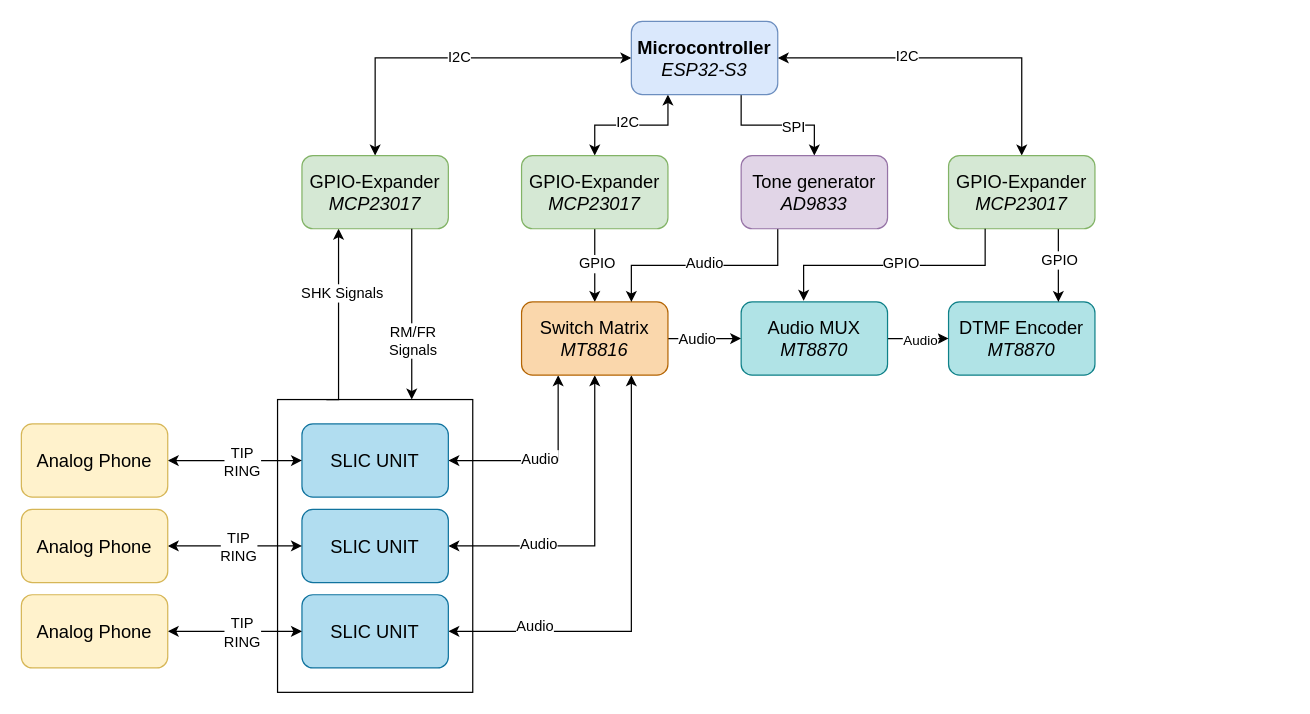
This is docs/Block Diagram Hardware.drawio from ondfrukt/Phone-exchange, a draw.io file, before an edit. Source tidied: cells renumbered, new cells numbered last; positions are measured from the earlier drawing's top-left corner, leaving out a move shared by most shapes. Both pictures are drawn from the tidied source at 122%, with x=0, y=0 at pixel (21, 21).
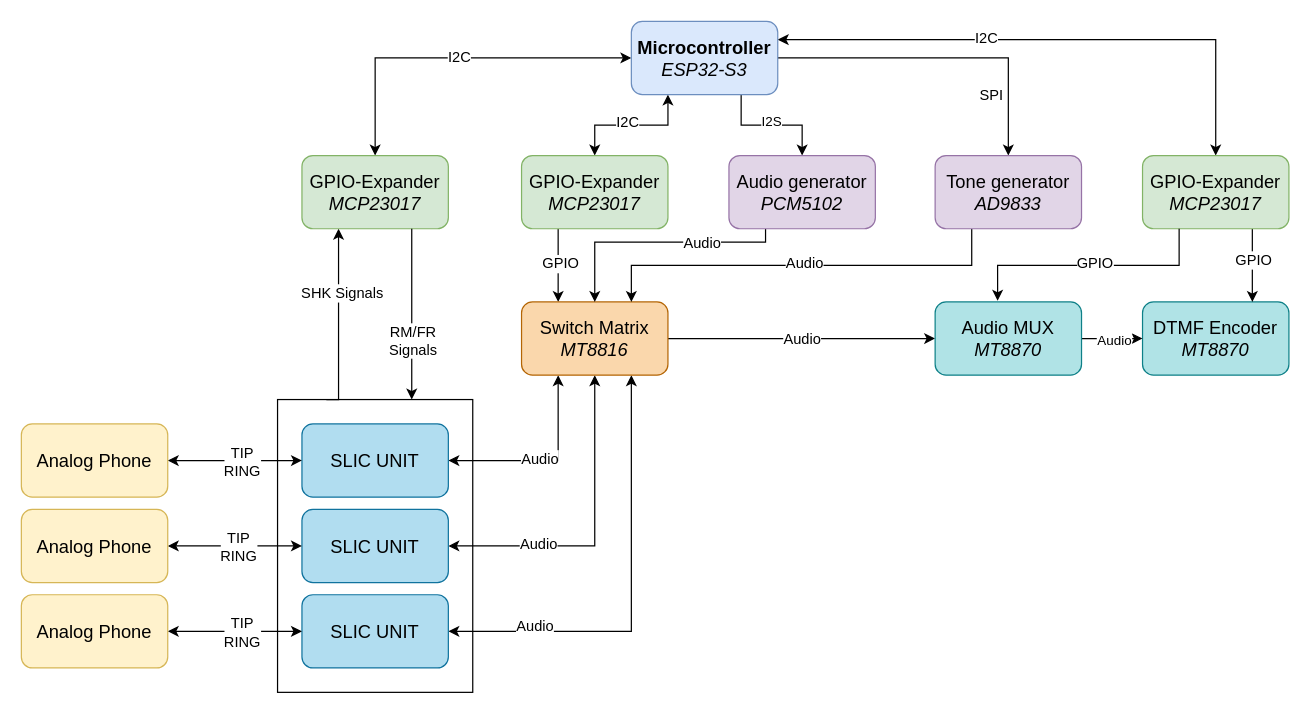
The same diagram, later.

Commit message (it also covers changes not shown here):
modified:   README.md 	modified:   docs/Block Diagram Hardware.drawio 	new file:   docs/Block Diagram Hardware.svg 	new file:   docs/PCM5102.jpg 	new file:   docs/TMUX4051.jpg

Unchanged cells that the change refers to:
```xml
<mxCell id="11" value="&lt;b&gt;Microcontroller&lt;/b&gt;&lt;br&gt;&lt;i&gt;ESP32-S3&lt;/i&gt;" style="rounded=1;whiteSpace=wrap;html=1;fillColor=#dae8fc;strokeColor=#6c8ebf;fontSize=15;" parent="1" vertex="1">
  <mxGeometry x="500" width="120" height="60" as="geometry" />
</mxCell>
<mxCell id="17" value="GPIO-Expander&lt;br&gt;&lt;i&gt;MCP23017&lt;/i&gt;" style="rounded=1;whiteSpace=wrap;html=1;fillColor=#d5e8d4;strokeColor=#82b366;fontSize=15;" parent="1" vertex="1">
  <mxGeometry x="410" y="110" width="120" height="60" as="geometry" />
</mxCell>
<mxCell id="31" value="&lt;div&gt;Switch Matrix&lt;/div&gt;&lt;div&gt;&lt;i&gt;MT8816&lt;/i&gt;&lt;/div&gt;" style="rounded=1;whiteSpace=wrap;html=1;fillColor=#fad7ac;strokeColor=#b46504;align=center;fontSize=15;" parent="1" vertex="1">
  <mxGeometry x="410" y="230" width="120" height="60" as="geometry" />
</mxCell>
<mxCell id="32" style="edgeStyle=orthogonalEdgeStyle;rounded=0;jettySize=auto;html=1;exitX=0.25;exitY=1;exitDx=0;exitDy=0;entryX=0.75;entryY=0;entryDx=0;entryDy=0;" parent="1" edge="1" source="50" target="31">
  <mxGeometry relative="1" as="geometry" />
</mxCell>
```

The edit, as a diff of the source:
```diff
@@
-    <mxCell id="7" style="edgeStyle=orthogonalEdgeStyle;rounded=0;jettySize=auto;html=1;exitX=1;exitY=0.5;exitDx=0;exitDy=0;entryX=0.5;entryY=0;entryDx=0;entryDy=0;startArrow=classic;startFill=1;" parent="1" edge="1" source="11" target="36">
+    <mxCell id="7" style="edgeStyle=orthogonalEdgeStyle;rounded=0;jettySize=auto;html=1;exitX=1;exitY=0.25;exitDx=0;exitDy=0;entryX=0.5;entryY=0;entryDx=0;entryDy=0;startArrow=classic;startFill=1;" parent="1" edge="1" source="11" target="36">
       <mxGeometry relative="1" as="geometry" />
     </mxCell>
@@
-    <mxCell id="9" style="edgeStyle=orthogonalEdgeStyle;rounded=0;jettySize=auto;html=1;exitX=0.75;exitY=1;exitDx=0;exitDy=0;entryX=0.5;entryY=0;entryDx=0;entryDy=0;" parent="1" edge="1" source="11" target="50">
+    <mxCell id="9" style="edgeStyle=orthogonalEdgeStyle;rounded=0;jettySize=auto;html=1;exitX=1;exitY=0.5;exitDx=0;exitDy=0;entryX=0.5;entryY=0;entryDx=0;entryDy=0;" parent="1" edge="1" source="11" target="50">
       <mxGeometry relative="1" as="geometry" />
     </mxCell>
     <mxCell id="10" value="SPI" style="edgeLabel;html=1;align=center;verticalAlign=middle;fontSize=12;" parent="9" vertex="1">
-      <mxGeometry x="0.22" y="-1" relative="1" as="geometry" />
+      <mxGeometry x="0.22" y="-1" relative="1" as="geometry">
+        <mxPoint x="10" y="29" as="offset" />
+      </mxGeometry>
     </mxCell>
+    <mxCell id="53" style="edgeStyle=orthogonalEdgeStyle;html=1;exitX=0.75;exitY=1;exitDx=0;exitDy=0;entryX=0.5;entryY=0;entryDx=0;entryDy=0;rounded=0;curved=0;" parent="1" edge="1" source="11" target="56">
+      <mxGeometry relative="1" as="geometry" />
+    </mxCell>
+    <mxCell id="54" value="I2S" style="edgeLabel;html=1;align=center;verticalAlign=middle;" parent="53" vertex="1">
+      <mxGeometry x="-0.02" y="-1" relative="1" as="geometry">
+        <mxPoint y="-5" as="offset" />
+      </mxGeometry>
+    </mxCell>
@@
-    <mxCell id="15" style="edgeStyle=orthogonalEdgeStyle;rounded=0;jettySize=auto;html=1;exitX=0.5;exitY=1;exitDx=0;exitDy=0;entryX=0.5;entryY=0;entryDx=0;entryDy=0;" parent="1" edge="1" source="17" target="31">
+    <mxCell id="15" style="edgeStyle=orthogonalEdgeStyle;rounded=0;jettySize=auto;html=1;exitX=0.25;exitY=1;exitDx=0;exitDy=0;entryX=0.25;entryY=0;entryDx=0;entryDy=0;" parent="1" edge="1" source="17" target="31">
       <mxGeometry relative="1" as="geometry" />
     </mxCell>
@@
     <mxCell id="18" value="DTMF Encoder&lt;br&gt;&lt;i&gt;MT8870&lt;/i&gt;" style="rounded=1;whiteSpace=wrap;html=1;fillColor=#b0e3e6;strokeColor=#0e8088;fontSize=15;" parent="1" vertex="1">
-      <mxGeometry x="760" y="230" width="120" height="60" as="geometry" />
+      <mxGeometry x="919" y="230" width="120" height="60" as="geometry" />
     </mxCell>
@@
     <mxCell id="33" value="Audio" style="edgeLabel;html=1;align=center;verticalAlign=middle;fontSize=12;" parent="32" vertex="1">
       <mxGeometry x="-0.19" y="-2" relative="1" as="geometry">
-        <mxPoint x="-18" as="offset" />
+        <mxPoint x="-31" as="offset" />
       </mxGeometry>
     </mxCell>
@@
     <mxCell id="36" value="&lt;font&gt;GPIO-Expander&lt;br&gt;&lt;i&gt;MCP23017&lt;/i&gt;&lt;/font&gt;" style="rounded=1;whiteSpace=wrap;html=1;fillColor=#d5e8d4;strokeColor=#82b366;fontSize=15;" parent="1" vertex="1">
-      <mxGeometry x="760" y="110" width="120" height="60" as="geometry" />
+      <mxGeometry x="919" y="110" width="120" height="60" as="geometry" />
     </mxCell>
@@
     <mxCell id="49" value="Audio MUX&lt;br&gt;&lt;i&gt;MT8870&lt;/i&gt;" style="rounded=1;whiteSpace=wrap;html=1;fillColor=#b0e3e6;strokeColor=#0e8088;fontSize=15;" parent="1" vertex="1">
-      <mxGeometry x="590" y="230" width="120" height="60" as="geometry" />
+      <mxGeometry x="749" y="230" width="120" height="60" as="geometry" />
     </mxCell>
     <mxCell id="50" value="Tone generator&lt;div&gt;&lt;i&gt;AD9833&lt;/i&gt;&lt;/div&gt;" style="rounded=1;whiteSpace=wrap;html=1;fillColor=#e1d5e7;strokeColor=#9673a6;fontSize=15;" parent="1" vertex="1">
-      <mxGeometry x="590" y="110" width="120" height="60" as="geometry" />
+      <mxGeometry x="749" y="110" width="120" height="60" as="geometry" />
     </mxCell>
@@
+    <mxCell id="55" style="edgeStyle=orthogonalEdgeStyle;html=1;exitX=0.25;exitY=1;exitDx=0;exitDy=0;entryX=0.5;entryY=0;entryDx=0;entryDy=0;rounded=0;curved=0;" parent="1" edge="1" source="56" target="31">
+      <mxGeometry relative="1" as="geometry">
+        <Array as="points">
+          <mxPoint x="610" y="181" />
+          <mxPoint x="470" y="181" />
+        </Array>
+      </mxGeometry>
+    </mxCell>
+    <mxCell id="56" value="Audio generator&lt;div&gt;&lt;i&gt;PCM5102&lt;/i&gt;&lt;/div&gt;" style="rounded=1;whiteSpace=wrap;html=1;fillColor=#e1d5e7;strokeColor=#9673a6;fontSize=15;" parent="1" vertex="1">
+      <mxGeometry x="580" y="110" width="120" height="60" as="geometry" />
+    </mxCell>
+    <mxCell id="57" value="Audio" style="edgeLabel;html=1;align=center;verticalAlign=middle;fontSize=12;" parent="1" vertex="1">
+      <mxGeometry x="663.5" y="201" as="geometry">
+        <mxPoint x="-106" y="-20" as="offset" />
+      </mxGeometry>
+    </mxCell>
```
